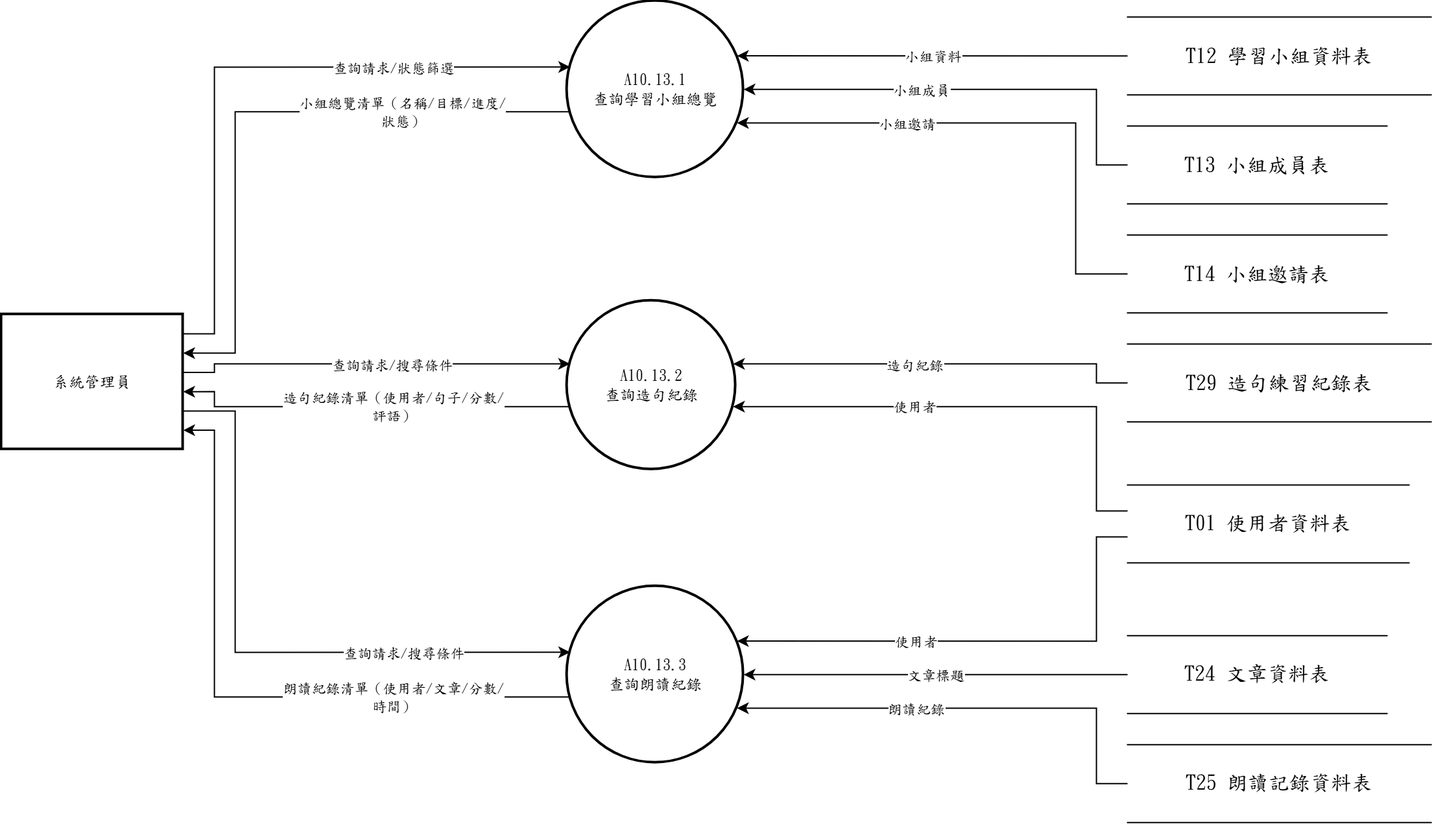
Above: 系統文件/第6章/DFD圖/圖10/新/圖10.13.drawio.png in s22452007/115502 (draw.io), before the change. Source tidied: cells renumbered, new cells last; positions are measured from the earlier drawing's top-left corner, leaving out a move shared by most shapes.
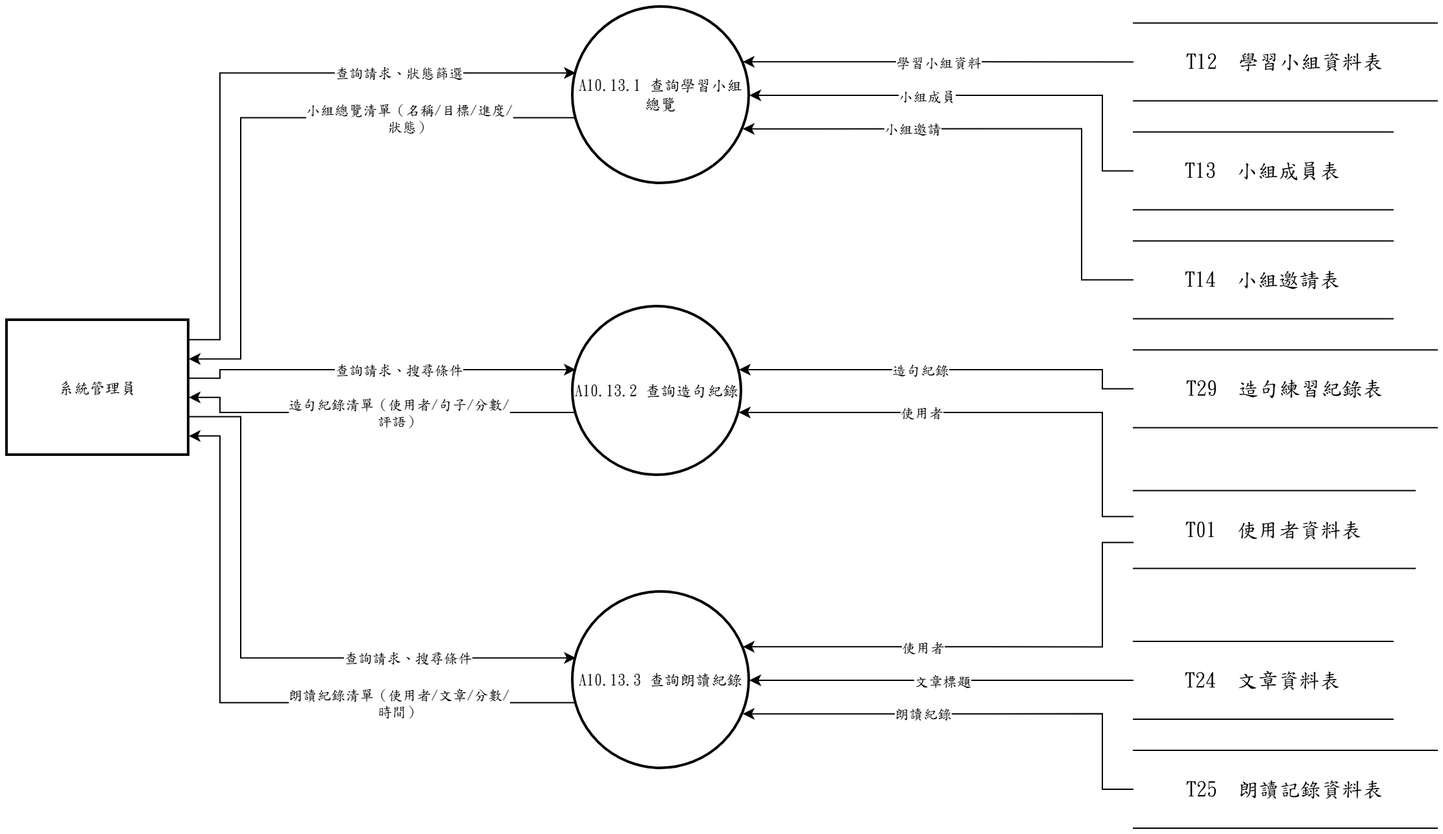
Above is the later version.

Diff of the diagram source:
```diff
@@ -2,37 +2,37 @@
   <root>
     <mxCell id="0" />
     <mxCell id="1" parent="0" />
-    <mxCell id="2" value="A10.13.1&lt;br&gt;查詢學習小組總覽" style="ellipse;strokeWidth=2;whiteSpace=wrap;html=1;fontFamily=標楷體;" parent="1" vertex="1">
+    <mxCell id="2" value="A10.13.1 查詢學習小組總覽" style="ellipse;strokeWidth=2;whiteSpace=wrap;html=1;fontFamily=標楷體;" parent="1" vertex="1">
       <mxGeometry x="436" width="136" height="136" as="geometry" />
     </mxCell>
-    <mxCell id="3" value="A10.13.2&lt;br&gt;查詢造句紀錄" style="ellipse;strokeWidth=2;whiteSpace=wrap;html=1;fontFamily=標楷體;" parent="1" vertex="1">
+    <mxCell id="3" value="A10.13.2 查詢造句紀錄" style="ellipse;strokeWidth=2;whiteSpace=wrap;html=1;fontFamily=標楷體;" parent="1" vertex="1">
       <mxGeometry x="436" y="231" width="130" height="130" as="geometry" />
     </mxCell>
-    <mxCell id="4" value="A10.13.3&lt;br&gt;查詢朗讀紀錄" style="ellipse;strokeWidth=2;whiteSpace=wrap;html=1;fontFamily=標楷體;" parent="1" vertex="1">
+    <mxCell id="4" value="A10.13.3 查詢朗讀紀錄" style="ellipse;strokeWidth=2;whiteSpace=wrap;html=1;fontFamily=標楷體;" parent="1" vertex="1">
       <mxGeometry x="436" y="451" width="136" height="136" as="geometry" />
     </mxCell>
     <mxCell id="5" value="系統管理員" style="whiteSpace=wrap;strokeWidth=2;html=1;fontFamily=標楷體;" parent="1" vertex="1">
       <mxGeometry y="241.5" width="140" height="104" as="geometry" />
     </mxCell>
-    <mxCell id="6" value="&lt;span lang=&quot;EN-US&quot; style=&quot;font-size: 12pt;&quot;&gt;T12&amp;nbsp;&lt;/span&gt;&lt;span style=&quot;font-size: 12pt;&quot;&gt;學習小組資料表&lt;/span&gt;" style="shape=partialRectangle;whiteSpace=wrap;html=1;left=0;right=0;fontFamily=標楷體;fontSize=16;" parent="1" vertex="1">
+    <mxCell id="6" value="T12  學習小組資料表" style="shape=partialRectangle;whiteSpace=wrap;html=1;left=0;right=0;fontFamily=標楷體;fontSize=16;" parent="1" vertex="1">
       <mxGeometry x="868" y="12.2" width="234" height="60" as="geometry" />
     </mxCell>
-    <mxCell id="7" value="&lt;span lang=&quot;EN-US&quot; style=&quot;font-size: 12pt;&quot;&gt;T13&amp;nbsp;&lt;/span&gt;&lt;span style=&quot;font-size: 12pt;&quot;&gt;小組成員表&lt;/span&gt;" style="shape=partialRectangle;whiteSpace=wrap;html=1;left=0;right=0;fontFamily=標楷體;fontSize=16;" parent="1" vertex="1">
+    <mxCell id="7" value="T13  小組成員表" style="shape=partialRectangle;whiteSpace=wrap;html=1;left=0;right=0;fontFamily=標楷體;fontSize=16;" parent="1" vertex="1">
       <mxGeometry x="868" y="96.2" width="200" height="60" as="geometry" />
     </mxCell>
-    <mxCell id="8" value="&lt;span lang=&quot;EN-US&quot; style=&quot;font-size: 12pt;&quot;&gt;T14&amp;nbsp;&lt;/span&gt;&lt;span style=&quot;font-size: 12pt;&quot;&gt;小組邀請表&lt;/span&gt;" style="shape=partialRectangle;whiteSpace=wrap;html=1;left=0;right=0;fontFamily=標楷體;fontSize=16;" parent="1" vertex="1">
+    <mxCell id="8" value="T14  小組邀請表" style="shape=partialRectangle;whiteSpace=wrap;html=1;left=0;right=0;fontFamily=標楷體;fontSize=16;" parent="1" vertex="1">
       <mxGeometry x="868" y="180.2" width="200" height="60" as="geometry" />
     </mxCell>
-    <mxCell id="9" value="&lt;span lang=&quot;EN-US&quot; style=&quot;font-size: 12pt;&quot;&gt;T29&amp;nbsp;&lt;/span&gt;&lt;span style=&quot;font-size: 12pt;&quot;&gt;造句練習紀錄表&lt;/span&gt;" style="shape=partialRectangle;whiteSpace=wrap;html=1;left=0;right=0;fontFamily=標楷體;fontSize=16;" parent="1" vertex="1">
+    <mxCell id="9" value="T29  造句練習紀錄表" style="shape=partialRectangle;whiteSpace=wrap;html=1;left=0;right=0;fontFamily=標楷體;fontSize=16;" parent="1" vertex="1">
       <mxGeometry x="868" y="264.2" width="234" height="60" as="geometry" />
     </mxCell>
-    <mxCell id="10" value="&lt;span lang=&quot;EN-US&quot; style=&quot;font-size: 12pt;&quot;&gt;T01&amp;nbsp;&lt;/span&gt;&lt;span style=&quot;font-size: 12pt;&quot;&gt;使用者資料表&lt;/span&gt;" style="shape=partialRectangle;whiteSpace=wrap;html=1;left=0;right=0;fontFamily=標楷體;fontSize=16;" parent="1" vertex="1">
+    <mxCell id="10" value="T01  使用者資料表" style="shape=partialRectangle;whiteSpace=wrap;html=1;left=0;right=0;fontFamily=標楷體;fontSize=16;" parent="1" vertex="1">
       <mxGeometry x="868" y="372.8" width="217" height="60" as="geometry" />
     </mxCell>
-    <mxCell id="11" value="&lt;span lang=&quot;EN-US&quot; style=&quot;font-size: 12pt;&quot;&gt;T24&amp;nbsp;&lt;/span&gt;&lt;span style=&quot;font-size: 12pt;&quot;&gt;文章資料表&lt;/span&gt;" style="shape=partialRectangle;whiteSpace=wrap;html=1;left=0;right=0;fontFamily=標楷體;fontSize=16;" parent="1" vertex="1">
+    <mxCell id="11" value="T24  文章資料表" style="shape=partialRectangle;whiteSpace=wrap;html=1;left=0;right=0;fontFamily=標楷體;fontSize=16;" parent="1" vertex="1">
       <mxGeometry x="868" y="489" width="200" height="60" as="geometry" />
     </mxCell>
-    <mxCell id="12" value="&lt;span lang=&quot;EN-US&quot; style=&quot;font-size: 12pt;&quot;&gt;T25&amp;nbsp;&lt;/span&gt;&lt;span style=&quot;font-size: 12pt;&quot;&gt;朗讀記錄資料表&lt;/span&gt;" style="shape=partialRectangle;whiteSpace=wrap;html=1;left=0;right=0;fontFamily=標楷體;fontSize=16;" parent="1" vertex="1">
+    <mxCell id="12" value="T25  朗讀記錄資料表" style="shape=partialRectangle;whiteSpace=wrap;html=1;left=0;right=0;fontFamily=標楷體;fontSize=16;" parent="1" vertex="1">
       <mxGeometry x="868" y="573" width="234" height="60" as="geometry" />
     </mxCell>
     <mxCell id="13" style="edgeStyle=none;rounded=0;html=1;fontFamily=標楷體;endArrow=classic;exitX=1.0000;exitY=0.1429;exitDx=0;exitDy=0;exitPerimeter=0;entryX=0.0163;entryY=0.3733;entryDx=0;entryDy=0;entryPerimeter=0;" parent="1" edge="1" source="5" target="2">
@@ -43,13 +43,13 @@
         </Array>
       </mxGeometry>
     </mxCell>
-    <mxCell id="14" value="查詢請求/狀態篩選" style="edgeLabel;html=1;align=center;verticalAlign=middle;fontFamily=標楷體;" parent="13" vertex="1">
+    <mxCell id="14" value="查詢請求、狀態篩選" style="edgeLabel;html=1;align=center;verticalAlign=middle;fontFamily=標楷體;" parent="13" vertex="1">
       <mxGeometry x="0.46" relative="1" as="geometry" />
     </mxCell>
     <mxCell id="15" style="edgeStyle=none;rounded=0;html=1;fontFamily=標楷體;endArrow=classic;exitX=0.0000;exitY=0.5000;exitDx=0;exitDy=0;exitPerimeter=0;entryX=0.9625;entryY=0.3100;entryDx=0;entryDy=0;entryPerimeter=0;" parent="1" edge="1" source="6" target="2">
       <mxGeometry relative="1" as="geometry" />
     </mxCell>
-    <mxCell id="16" value="小組資料" style="edgeLabel;html=1;align=center;verticalAlign=middle;fontFamily=標楷體;" parent="15" vertex="1">
+    <mxCell id="16" value="學習小組資料" style="edgeLabel;html=1;align=center;verticalAlign=middle;fontFamily=標楷體;" parent="15" vertex="1">
       <mxGeometry relative="1" as="geometry" />
     </mxCell>
     <mxCell id="17" style="edgeStyle=none;rounded=0;html=1;fontFamily=標楷體;endArrow=classic;exitX=0.0000;exitY=0.5000;exitDx=0;exitDy=0;exitPerimeter=0;entryX=1.0000;entryY=0.5000;entryDx=0;entryDy=0;entryPerimeter=0;" parent="1" edge="1" source="7" target="2">
@@ -93,30 +93,30 @@
         </Array>
       </mxGeometry>
     </mxCell>
-    <mxCell id="24" value="查詢請求/搜尋條件" style="edgeLabel;html=1;align=center;verticalAlign=middle;fontFamily=標楷體;" parent="23" vertex="1">
+    <mxCell id="24" value="查詢請求、搜尋條件" style="edgeLabel;html=1;align=center;verticalAlign=middle;fontFamily=標楷體;" parent="23" vertex="1">
       <mxGeometry x="0.1" relative="1" as="geometry" />
     </mxCell>
-    <mxCell id="25" style="edgeStyle=none;rounded=0;html=1;fontFamily=標楷體;endArrow=classic;exitX=0.0000;exitY=0.5000;exitDx=0;exitDy=0;exitPerimeter=0;entryX=0.9837;entryY=0.3733;entryDx=0;entryDy=0;entryPerimeter=0;" parent="1" edge="1" source="9" target="3">
+    <mxCell id="25" style="edgeStyle=none;rounded=0;html=1;fontFamily=標楷體;endArrow=classic;exitX=0.0000;exitY=0.3333;exitDx=0;exitDy=0;exitPerimeter=0;entryX=0.9837;entryY=0.6267;entryDx=0;entryDy=0;entryPerimeter=0;" parent="1" edge="1" source="10" target="3">
       <mxGeometry relative="1" as="geometry">
         <Array as="points">
-          <mxPoint x="844" y="294.2" />
-          <mxPoint x="844" y="279.5" />
+          <mxPoint x="844" y="392.8" />
+          <mxPoint x="844" y="312.5" />
         </Array>
       </mxGeometry>
     </mxCell>
-    <mxCell id="26" value="造句紀錄" style="edgeLabel;html=1;align=center;verticalAlign=middle;fontFamily=標楷體;" parent="25" vertex="1">
-      <mxGeometry x="0.12" relative="1" as="geometry" />
+    <mxCell id="26" value="使用者" style="edgeLabel;html=1;align=center;verticalAlign=middle;fontFamily=標楷體;" parent="25" vertex="1">
+      <mxGeometry x="0.27" relative="1" as="geometry" />
     </mxCell>
-    <mxCell id="27" style="edgeStyle=none;rounded=0;html=1;fontFamily=標楷體;endArrow=classic;exitX=0.0000;exitY=0.3333;exitDx=0;exitDy=0;exitPerimeter=0;entryX=0.9837;entryY=0.6267;entryDx=0;entryDy=0;entryPerimeter=0;" parent="1" edge="1" source="10" target="3">
+    <mxCell id="27" style="edgeStyle=none;rounded=0;html=1;fontFamily=標楷體;endArrow=classic;exitX=0.0000;exitY=0.5000;exitDx=0;exitDy=0;exitPerimeter=0;entryX=0.9837;entryY=0.3733;entryDx=0;entryDy=0;entryPerimeter=0;" parent="1" edge="1" source="9" target="3">
       <mxGeometry relative="1" as="geometry">
         <Array as="points">
-          <mxPoint x="844" y="392.8" />
-          <mxPoint x="844" y="312.5" />
+          <mxPoint x="844" y="294.2" />
+          <mxPoint x="844" y="279.5" />
         </Array>
       </mxGeometry>
     </mxCell>
-    <mxCell id="28" value="使用者" style="edgeLabel;html=1;align=center;verticalAlign=middle;fontFamily=標楷體;" parent="27" vertex="1">
-      <mxGeometry x="0.27" relative="1" as="geometry" />
+    <mxCell id="28" value="造句紀錄" style="edgeLabel;html=1;align=center;verticalAlign=middle;fontFamily=標楷體;" parent="27" vertex="1">
+      <mxGeometry x="0.12" relative="1" as="geometry" />
     </mxCell>
     <mxCell id="29" style="edgeStyle=none;rounded=0;html=1;fontFamily=標楷體;endArrow=classic;exitX=0.0163;exitY=0.6267;exitDx=0;exitDy=0;exitPerimeter=0;entryX=1.0000;entryY=0.5714;entryDx=0;entryDy=0;entryPerimeter=0;" parent="1" edge="1" source="3" target="5">
       <mxGeometry relative="1" as="geometry">
@@ -137,19 +137,19 @@
         </Array>
       </mxGeometry>
     </mxCell>
-    <mxCell id="32" value="查詢請求/搜尋條件" style="edgeLabel;html=1;align=center;verticalAlign=middle;fontFamily=標楷體;" parent="31" vertex="1">
+    <mxCell id="32" value="查詢請求、搜尋條件" style="edgeLabel;html=1;align=center;verticalAlign=middle;fontFamily=標楷體;" parent="31" vertex="1">
       <mxGeometry x="0.47" relative="1" as="geometry" />
     </mxCell>
-    <mxCell id="33" style="edgeStyle=none;rounded=0;html=1;fontFamily=標楷體;endArrow=classic;exitX=0.0000;exitY=0.5000;exitDx=0;exitDy=0;exitPerimeter=0;entryX=0.9625;entryY=0.6900;entryDx=0;entryDy=0;entryPerimeter=0;" parent="1" edge="1" source="12" target="4">
+    <mxCell id="33" style="edgeStyle=none;rounded=0;html=1;fontFamily=標楷體;endArrow=classic;exitX=0.0000;exitY=0.6667;exitDx=0;exitDy=0;exitPerimeter=0;entryX=0.9625;entryY=0.3100;entryDx=0;entryDy=0;entryPerimeter=0;" parent="1" edge="1" source="10" target="4">
       <mxGeometry relative="1" as="geometry">
         <Array as="points">
-          <mxPoint x="844" y="603" />
-          <mxPoint x="844" y="544.8" />
+          <mxPoint x="844" y="412.8" />
+          <mxPoint x="844" y="493.2" />
         </Array>
       </mxGeometry>
     </mxCell>
-    <mxCell id="34" value="朗讀紀錄" style="edgeLabel;html=1;align=center;verticalAlign=middle;fontFamily=標楷體;" parent="33" vertex="1">
-      <mxGeometry x="0.23" relative="1" as="geometry" />
+    <mxCell id="34" value="使用者" style="edgeLabel;html=1;align=center;verticalAlign=middle;fontFamily=標楷體;" parent="33" vertex="1">
+      <mxGeometry x="0.27" relative="1" as="geometry" />
     </mxCell>
     <mxCell id="35" style="edgeStyle=none;rounded=0;html=1;fontFamily=標楷體;endArrow=classic;exitX=0.0000;exitY=0.5000;exitDx=0;exitDy=0;exitPerimeter=0;entryX=1.0000;entryY=0.5000;entryDx=0;entryDy=0;entryPerimeter=0;" parent="1" edge="1" source="11" target="4">
       <mxGeometry relative="1" as="geometry" />
@@ -157,16 +157,16 @@
     <mxCell id="36" value="文章標題" style="edgeLabel;html=1;align=center;verticalAlign=middle;fontFamily=標楷體;" parent="35" vertex="1">
       <mxGeometry relative="1" as="geometry" />
     </mxCell>
-    <mxCell id="37" style="edgeStyle=none;rounded=0;html=1;fontFamily=標楷體;endArrow=classic;exitX=0.0000;exitY=0.6667;exitDx=0;exitDy=0;exitPerimeter=0;entryX=0.9625;entryY=0.3100;entryDx=0;entryDy=0;entryPerimeter=0;" parent="1" edge="1" source="10" target="4">
+    <mxCell id="37" style="edgeStyle=none;rounded=0;html=1;fontFamily=標楷體;endArrow=classic;exitX=0.0000;exitY=0.5000;exitDx=0;exitDy=0;exitPerimeter=0;entryX=0.9625;entryY=0.6900;entryDx=0;entryDy=0;entryPerimeter=0;" parent="1" edge="1" source="12" target="4">
       <mxGeometry relative="1" as="geometry">
         <Array as="points">
-          <mxPoint x="844" y="412.8" />
-          <mxPoint x="844" y="493.2" />
+          <mxPoint x="844" y="603" />
+          <mxPoint x="844" y="544.8" />
         </Array>
       </mxGeometry>
     </mxCell>
-    <mxCell id="38" value="使用者" style="edgeLabel;html=1;align=center;verticalAlign=middle;fontFamily=標楷體;" parent="37" vertex="1">
-      <mxGeometry x="0.27" relative="1" as="geometry" />
+    <mxCell id="38" value="朗讀紀錄" style="edgeLabel;html=1;align=center;verticalAlign=middle;fontFamily=標楷體;" parent="37" vertex="1">
+      <mxGeometry x="0.23" relative="1" as="geometry" />
     </mxCell>
     <mxCell id="39" style="edgeStyle=none;rounded=0;html=1;fontFamily=標楷體;endArrow=classic;exitX=0.0163;exitY=0.6267;exitDx=0;exitDy=0;exitPerimeter=0;entryX=1.0000;entryY=0.8571;entryDx=0;entryDy=0;entryPerimeter=0;" parent="1" edge="1" source="4" target="5">
       <mxGeometry relative="1" as="geometry">
```
